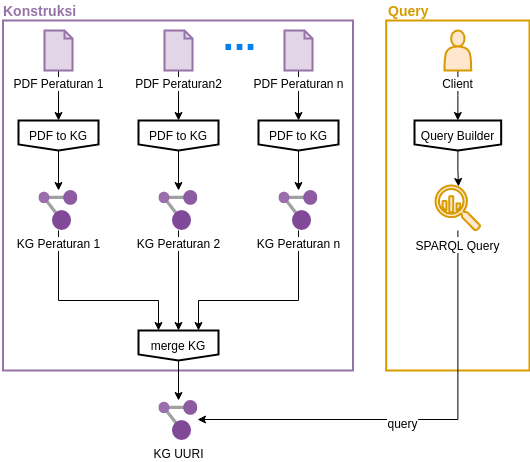
Above: paper-legal-kg/pictures/outline.png in aabccd021/legal-kg (draw.io), before the change. Source tidied: cells renumbered, new cells last; positions are measured from the earlier drawing's top-left corner, leaving out a move shared by most shapes.
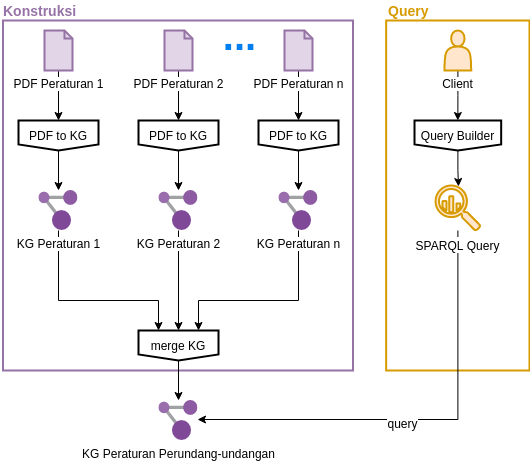
Above is the later version.

The edit, as a diff of the source:
```diff
@@ -17,7 +17,7 @@
     <mxCell id="6" style="edgeStyle=orthogonalEdgeStyle;rounded=0;jettySize=auto;html=1;fontColor=#0080F0;" parent="1" edge="1" source="7" target="20">
       <mxGeometry relative="1" as="geometry" />
     </mxCell>
-    <mxCell id="7" value="PDF Peraturan2" style="html=1;verticalLabelPosition=bottom;align=center;labelBackgroundColor=#ffffff;verticalAlign=top;strokeWidth=2;strokeColor=#9673a6;shadow=0;dashed=0;shape=mxgraph.ios7.icons.document;fillColor=#e1d5e7;" parent="1" vertex="1">
+    <mxCell id="7" value="PDF Peraturan 2" style="html=1;verticalLabelPosition=bottom;align=center;labelBackgroundColor=#ffffff;verticalAlign=top;strokeWidth=2;strokeColor=#9673a6;shadow=0;dashed=0;shape=mxgraph.ios7.icons.document;fillColor=#e1d5e7;" parent="1" vertex="1">
       <mxGeometry x="164" y="30" width="28" height="40" as="geometry" />
     </mxCell>
     <mxCell id="8" style="edgeStyle=orthogonalEdgeStyle;rounded=0;jettySize=auto;html=1;entryX=0.5;entryY=0;entryDx=0;entryDy=0;fontColor=#0080F0;" parent="1" edge="1" source="9" target="18">
@@ -81,7 +81,7 @@
     <mxCell id="24" value="merge KG" style="shape=offPageConnector;whiteSpace=wrap;html=1;labelBackgroundColor=white;sketch=0;strokeWidth=2;size=0.2;" parent="1" vertex="1">
       <mxGeometry x="138" y="330" width="80" height="30" as="geometry" />
     </mxCell>
-    <mxCell id="25" value="KG UURI" style="html=1;points=[];align=center;image;fontSize=12;image=img/lib/mscae/Resource_Graph_Explorer.svg;strokeColor=#000000;strokeWidth=2;fillColor=#ffffff;sketch=0;" parent="1" vertex="1">
+    <mxCell id="25" value="KG Peraturan Perundang-undangan" style="html=1;points=[];align=center;image;fontSize=12;image=img/lib/mscae/Resource_Graph_Explorer.svg;strokeColor=#000000;strokeWidth=2;fillColor=#ffffff;sketch=0;" parent="1" vertex="1">
       <mxGeometry x="158.4" y="400" width="39.2" height="40" as="geometry" />
     </mxCell>
     <mxCell id="26" value="Konstruksi" style="text;html=1;align=left;verticalAlign=middle;whiteSpace=wrap;rounded=0;labelBackgroundColor=white;sketch=0;fontColor=#9673A6;fontSize=14;fontStyle=1;" parent="1" vertex="1">
```
